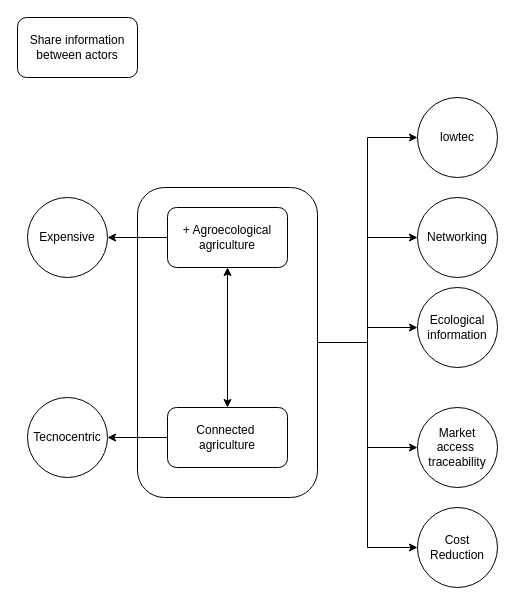
Earlier version of the draw.io diagram TICsAgroc¡industrieRurale.drawio (agroecomakers/Diagrammes-miCampo). Source tidied: cells renumbered, new cells numbered last; positions are measured from the earlier drawing's top-left corner, leaving out a move shared by most shapes. Both pictures are drawn from the tidied source at 100%, with x=0, y=0 at pixel (17, 17).
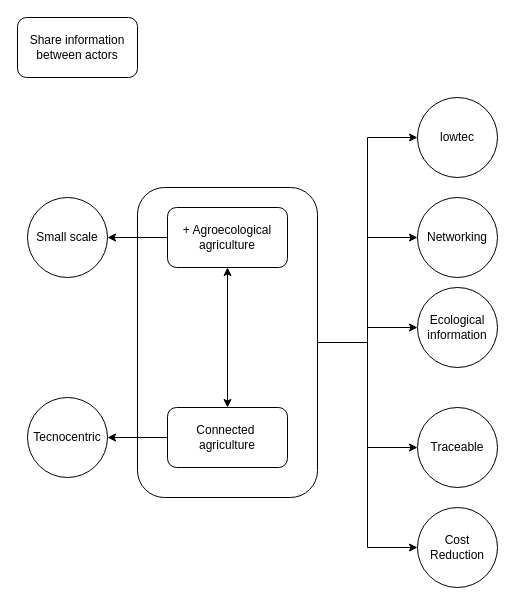
After the change.

Commit message (it also covers changes not shown here):
Mettre à jour TICsAgroc¡industrieRurale.drawio

Change to the diagram source:
```diff
@@
-    <mxCell id="17" value="Market access&amp;nbsp; traceability" style="ellipse;whiteSpace=wrap;html=1;" parent="1" vertex="1">
+    <mxCell id="17" value="Traceable" style="ellipse;whiteSpace=wrap;html=1;" parent="1" vertex="1">
       <mxGeometry x="400" y="390" width="80" height="80" as="geometry" />
     </mxCell>
@@
-    <mxCell id="19" value="Expensive" style="ellipse;whiteSpace=wrap;html=1;" parent="1" vertex="1">
+    <mxCell id="19" value="Small scale" style="ellipse;whiteSpace=wrap;html=1;" parent="1" vertex="1">
       <mxGeometry x="10" y="180" width="80" height="80" as="geometry" />
     </mxCell>
```
